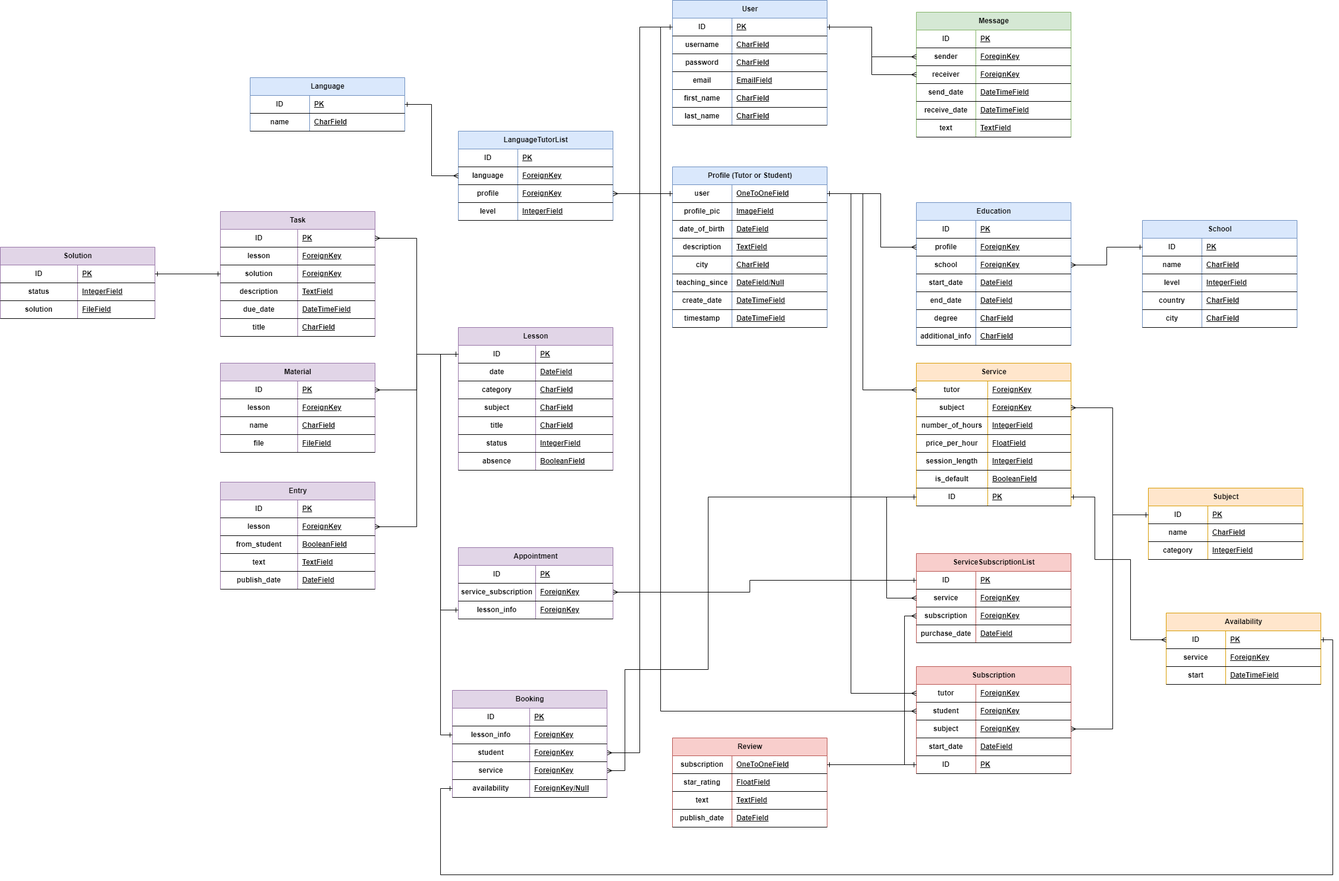
Before: docs/db-diagram.png, a diagram exported from draw.io (maciej185/tutoring-app). Source tidied: cells renumbered, new cells last; positions are measured from the earlier drawing's top-left corner, leaving out a move shared by most shapes.
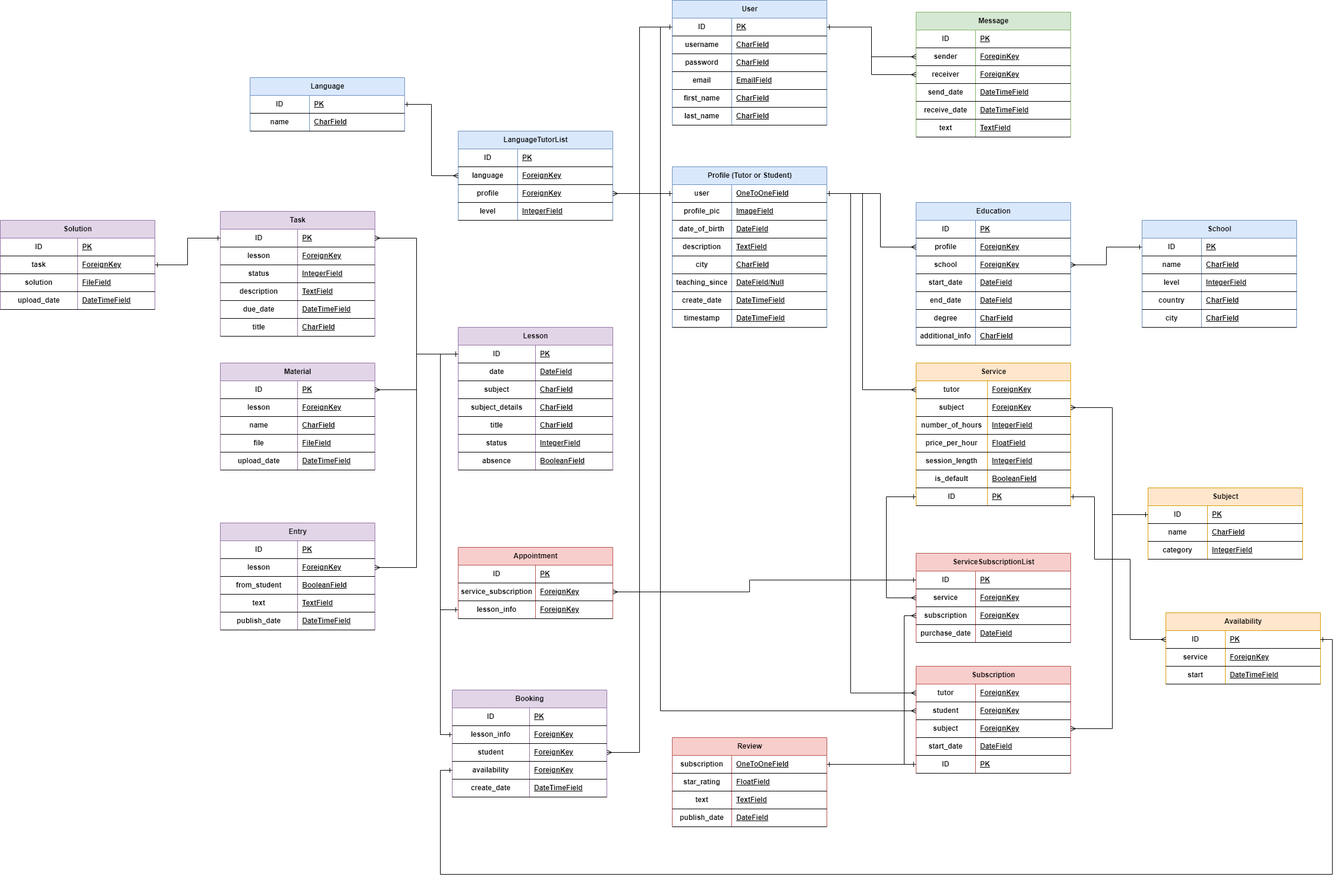
After the commit.

Diff of the diagram source:
```diff
@@ -551,7 +551,7 @@
     <mxCell id="174" style="shape=tableRow;horizontal=0;startSize=0;swimlaneHead=0;swimlaneBody=0;fillColor=none;top=0;left=0;right=0;bottom=1;" parent="167" vertex="1">
       <mxGeometry y="90" width="260" height="30" as="geometry" />
     </mxCell>
-    <mxCell id="175" value="category" style="shape=partialRectangle;fillColor=none;top=0;left=0;bottom=0;right=0;fontStyle=1;overflow=hidden;whiteSpace=wrap;html=1;" parent="174" vertex="1">
+    <mxCell id="175" value="subject" style="shape=partialRectangle;fillColor=none;top=0;left=0;bottom=0;right=0;fontStyle=1;overflow=hidden;whiteSpace=wrap;html=1;" parent="174" vertex="1">
       <mxGeometry width="130" height="30" as="geometry" />
     </mxCell>
     <mxCell id="176" value="CharField" style="shape=partialRectangle;fillColor=none;top=0;left=0;bottom=0;right=0;align=left;spacingLeft=6;fontStyle=5;overflow=hidden;whiteSpace=wrap;html=1;" parent="174" vertex="1">
@@ -560,7 +560,7 @@
     <mxCell id="177" style="shape=tableRow;horizontal=0;startSize=0;swimlaneHead=0;swimlaneBody=0;fillColor=none;top=0;left=0;right=0;bottom=1;" parent="167" vertex="1">
       <mxGeometry y="120" width="260" height="30" as="geometry" />
     </mxCell>
-    <mxCell id="178" value="subject" style="shape=partialRectangle;fillColor=none;top=0;left=0;bottom=0;right=0;fontStyle=1;overflow=hidden;whiteSpace=wrap;html=1;" parent="177" vertex="1">
+    <mxCell id="178" value="subject_details" style="shape=partialRectangle;fillColor=none;top=0;left=0;bottom=0;right=0;fontStyle=1;overflow=hidden;whiteSpace=wrap;html=1;" parent="177" vertex="1">
       <mxGeometry width="130" height="30" as="geometry" />
     </mxCell>
     <mxCell id="179" value="CharField" style="shape=partialRectangle;fillColor=none;top=0;left=0;bottom=0;right=0;align=left;spacingLeft=6;fontStyle=5;overflow=hidden;whiteSpace=wrap;html=1;" parent="177" vertex="1">
@@ -596,7 +596,7 @@
     <mxCell id="189" style="edgeStyle=orthogonalEdgeStyle;rounded=0;jettySize=auto;html=1;exitX=0;exitY=0.5;exitDx=0;exitDy=0;entryX=1;entryY=0.5;entryDx=0;entryDy=0;startArrow=ERone;startFill=0;endArrow=ERmany;endFill=0;" parent="1" edge="1" source="3" target="317">
       <mxGeometry relative="1" as="geometry" />
     </mxCell>
-    <mxCell id="190" style="edgeStyle=orthogonalEdgeStyle;rounded=0;jettySize=auto;html=1;entryX=1;entryY=0.5;entryDx=0;entryDy=0;startArrow=ERone;startFill=0;endArrow=ERmany;endFill=0;" parent="1" edge="1" target="320">
+    <mxCell id="190" style="edgeStyle=orthogonalEdgeStyle;rounded=0;orthogonalLoop=1;jettySize=auto;html=1;entryX=1;entryY=0.5;entryDx=0;entryDy=0;startArrow=ERone;startFill=0;endArrow=ERmany;endFill=0;" parent="1" edge="1">
       <mxGeometry relative="1" as="geometry">
         <mxPoint x="1540" y="835" as="sourcePoint" />
         <Array as="points">
@@ -634,10 +634,10 @@
     <mxCell id="199" style="shape=tableRow;horizontal=0;startSize=0;swimlaneHead=0;swimlaneBody=0;fillColor=none;points=[[0,0.5],[1,0.5]];portConstraint=eastwest;top=0;left=0;right=0;bottom=1;" parent="192" vertex="1">
       <mxGeometry y="90" width="260" height="30" as="geometry" />
     </mxCell>
-    <mxCell id="200" value="solution" style="shape=partialRectangle;fillColor=none;top=0;left=0;bottom=0;right=0;fontStyle=1;overflow=hidden;whiteSpace=wrap;html=1;" parent="199" vertex="1">
+    <mxCell id="200" value="status" style="shape=partialRectangle;fillColor=none;top=0;left=0;bottom=0;right=0;fontStyle=1;overflow=hidden;whiteSpace=wrap;html=1;" parent="199" vertex="1">
       <mxGeometry width="130" height="30" as="geometry" />
     </mxCell>
-    <mxCell id="201" value="ForeignKey" style="shape=partialRectangle;fillColor=none;top=0;left=0;bottom=0;right=0;align=left;spacingLeft=6;fontStyle=5;overflow=hidden;whiteSpace=wrap;html=1;" parent="199" vertex="1">
+    <mxCell id="201" value="IntegerField" style="shape=partialRectangle;fillColor=none;top=0;left=0;bottom=0;right=0;align=left;spacingLeft=6;fontStyle=5;overflow=hidden;whiteSpace=wrap;html=1;" parent="199" vertex="1">
       <mxGeometry x="130" width="130" height="30" as="geometry" />
     </mxCell>
     <mxCell id="202" style="shape=tableRow;horizontal=0;startSize=0;swimlaneHead=0;swimlaneBody=0;fillColor=none;top=0;left=0;right=0;bottom=1;" parent="192" vertex="1">
@@ -671,7 +671,7 @@
       <mxGeometry relative="1" as="geometry" />
     </mxCell>
     <mxCell id="212" value="Material" style="shape=table;startSize=30;rowLines=0;fontStyle=1;align=center;html=1;fillColor=#e1d5e7;strokeColor=#9673a6;" parent="1" vertex="1">
-      <mxGeometry x="370" y="610" width="260" height="150" as="geometry" />
+      <mxGeometry x="370" y="610" width="260" height="180" as="geometry" />
     </mxCell>
     <mxCell id="213" style="shape=tableRow;horizontal=0;startSize=0;swimlaneHead=0;swimlaneBody=0;fillColor=none;points=[[0,0.5],[1,0.5]];portConstraint=eastwest;top=0;left=0;right=0;bottom=1;" parent="212" vertex="1">
       <mxGeometry y="30" width="260" height="30" as="geometry" />
@@ -709,11 +709,20 @@
     <mxCell id="224" value="FileField" style="shape=partialRectangle;fillColor=none;top=0;left=0;bottom=0;right=0;align=left;spacingLeft=6;fontStyle=5;overflow=hidden;whiteSpace=wrap;html=1;" parent="222" vertex="1">
       <mxGeometry x="130" width="130" height="30" as="geometry" />
     </mxCell>
+    <mxCell id="339" style="shape=tableRow;horizontal=0;startSize=0;swimlaneHead=0;swimlaneBody=0;fillColor=none;top=0;left=0;right=0;bottom=1;" parent="212" vertex="1">
+      <mxGeometry y="150" width="260" height="30" as="geometry" />
+    </mxCell>
+    <mxCell id="340" value="upload_date" style="shape=partialRectangle;fillColor=none;top=0;left=0;bottom=0;right=0;fontStyle=1;overflow=hidden;whiteSpace=wrap;html=1;" parent="339" vertex="1">
+      <mxGeometry width="130" height="30" as="geometry" />
+    </mxCell>
+    <mxCell id="341" value="DateTimeField" style="shape=partialRectangle;fillColor=none;top=0;left=0;bottom=0;right=0;align=left;spacingLeft=6;fontStyle=5;overflow=hidden;whiteSpace=wrap;html=1;" parent="339" vertex="1">
+      <mxGeometry x="130" width="130" height="30" as="geometry" />
+    </mxCell>
     <mxCell id="225" style="edgeStyle=orthogonalEdgeStyle;rounded=0;jettySize=auto;html=1;exitX=0;exitY=0.5;exitDx=0;exitDy=0;entryX=1;entryY=0.5;entryDx=0;entryDy=0;startArrow=ERone;startFill=0;endArrow=ERmany;endFill=0;" parent="1" edge="1" source="168" target="213">
       <mxGeometry relative="1" as="geometry" />
     </mxCell>
     <mxCell id="226" value="Entry" style="shape=table;startSize=30;rowLines=0;fontStyle=1;align=center;html=1;fillColor=#e1d5e7;strokeColor=#9673a6;" parent="1" vertex="1">
-      <mxGeometry x="370" y="810" width="260" height="180" as="geometry" />
+      <mxGeometry x="370" y="879" width="260" height="180" as="geometry" />
     </mxCell>
     <mxCell id="227" style="shape=tableRow;horizontal=0;startSize=0;swimlaneHead=0;swimlaneBody=0;fillColor=none;top=0;left=0;right=0;bottom=1;" parent="226" vertex="1">
       <mxGeometry y="30" width="260" height="30" as="geometry" />
@@ -757,7 +766,7 @@
     <mxCell id="240" value="publish_date" style="shape=partialRectangle;fillColor=none;top=0;left=0;bottom=0;right=0;fontStyle=1;overflow=hidden;whiteSpace=wrap;html=1;" parent="239" vertex="1">
       <mxGeometry width="130" height="30" as="geometry" />
     </mxCell>
-    <mxCell id="241" value="DateField" style="shape=partialRectangle;fillColor=none;top=0;left=0;bottom=0;right=0;align=left;spacingLeft=6;fontStyle=5;overflow=hidden;whiteSpace=wrap;html=1;" parent="239" vertex="1">
+    <mxCell id="241" value="DateTimeField" style="shape=partialRectangle;fillColor=none;top=0;left=0;bottom=0;right=0;align=left;spacingLeft=6;fontStyle=5;overflow=hidden;whiteSpace=wrap;html=1;" parent="239" vertex="1">
       <mxGeometry x="130" width="130" height="30" as="geometry" />
     </mxCell>
     <mxCell id="242" style="edgeStyle=orthogonalEdgeStyle;rounded=0;jettySize=auto;html=1;exitX=0;exitY=0.5;exitDx=0;exitDy=0;entryX=1;entryY=0.5;entryDx=0;entryDy=0;startArrow=ERone;startFill=0;endArrow=ERmany;endFill=0;" parent="1" edge="1" source="168" target="230">
@@ -933,7 +942,7 @@
       <mxGeometry relative="1" as="geometry" />
     </mxCell>
     <mxCell id="297" value="Solution" style="shape=table;startSize=30;rowLines=0;fontStyle=1;align=center;html=1;fillColor=#e1d5e7;strokeColor=#9673a6;" parent="1" vertex="1">
-      <mxGeometry y="415" width="260" height="120" as="geometry" />
+      <mxGeometry y="370" width="260" height="150" as="geometry" />
     </mxCell>
     <mxCell id="298" style="shape=tableRow;horizontal=0;startSize=0;swimlaneHead=0;swimlaneBody=0;fillColor=none;points=[[0,0.5],[1,0.5]];portConstraint=eastwest;top=0;left=0;right=0;bottom=1;" parent="297" vertex="1">
       <mxGeometry y="30" width="260" height="30" as="geometry" />
@@ -947,12 +956,12 @@
     <mxCell id="301" style="shape=tableRow;horizontal=0;startSize=0;swimlaneHead=0;swimlaneBody=0;fillColor=none;points=[[0,0.5],[1,0.5]];portConstraint=eastwest;top=0;left=0;right=0;bottom=1;" parent="297" vertex="1">
       <mxGeometry y="60" width="260" height="30" as="geometry" />
     </mxCell>
-    <mxCell id="302" value="status" style="shape=partialRectangle;fillColor=none;top=0;left=0;bottom=0;right=0;fontStyle=1;overflow=hidden;whiteSpace=wrap;html=1;" parent="301" vertex="1">
-      <mxGeometry width="130" height="30" as="geometry" />
-    </mxCell>
-    <mxCell id="303" value="IntegerField" style="shape=partialRectangle;fillColor=none;top=0;left=0;bottom=0;right=0;align=left;spacingLeft=6;fontStyle=5;overflow=hidden;whiteSpace=wrap;html=1;" parent="301" vertex="1">
-      <mxGeometry x="130" width="130" height="30" as="geometry" />
-    </mxCell>
+    <mxCell id="342" value="task" style="shape=partialRectangle;fillColor=none;top=0;left=0;bottom=0;right=0;fontStyle=1;overflow=hidden;whiteSpace=wrap;html=1;" parent="301" vertex="1">
+      <mxGeometry width="130" height="30" as="geometry" />
+    </mxCell>
+    <mxCell id="322" value="ForeignKey" style="shape=partialRectangle;fillColor=none;top=0;left=0;bottom=0;right=0;align=left;spacingLeft=6;fontStyle=5;overflow=hidden;whiteSpace=wrap;html=1;" parent="301" vertex="1">
+      <mxGeometry x="130" width="130" height="30" as="geometry" />
+    </mxCell>
     <mxCell id="304" style="shape=tableRow;horizontal=0;startSize=0;swimlaneHead=0;swimlaneBody=0;fillColor=none;top=0;left=0;right=0;bottom=1;" parent="297" vertex="1">
       <mxGeometry y="90" width="260" height="30" as="geometry" />
     </mxCell>
@@ -962,7 +971,16 @@
     <mxCell id="306" value="FileField" style="shape=partialRectangle;fillColor=none;top=0;left=0;bottom=0;right=0;align=left;spacingLeft=6;fontStyle=5;overflow=hidden;whiteSpace=wrap;html=1;" parent="304" vertex="1">
       <mxGeometry x="130" width="130" height="30" as="geometry" />
     </mxCell>
+    <mxCell id="320" style="shape=tableRow;horizontal=0;startSize=0;swimlaneHead=0;swimlaneBody=0;fillColor=none;points=[[0,0.5],[1,0.5]];portConstraint=eastwest;top=0;left=0;right=0;bottom=1;" parent="297" vertex="1">
+      <mxGeometry y="120" width="260" height="30" as="geometry" />
+    </mxCell>
+    <mxCell id="343" value="upload_date" style="shape=partialRectangle;fillColor=none;top=0;left=0;bottom=0;right=0;fontStyle=1;overflow=hidden;whiteSpace=wrap;html=1;" parent="320" vertex="1">
+      <mxGeometry width="130" height="30" as="geometry" />
+    </mxCell>
+    <mxCell id="344" value="DateTimeField" style="shape=partialRectangle;fillColor=none;top=0;left=0;bottom=0;right=0;align=left;spacingLeft=6;fontStyle=5;overflow=hidden;whiteSpace=wrap;html=1;" parent="320" vertex="1">
+      <mxGeometry x="130" width="130" height="30" as="geometry" />
+    </mxCell>
-    <mxCell id="307" style="edgeStyle=orthogonalEdgeStyle;rounded=0;jettySize=auto;html=1;exitX=1;exitY=0.5;exitDx=0;exitDy=0;entryX=0;entryY=0.5;entryDx=0;entryDy=0;startArrow=ERone;startFill=0;endArrow=ERone;endFill=0;" parent="1" edge="1" source="298" target="199">
+    <mxCell id="307" style="edgeStyle=orthogonalEdgeStyle;rounded=0;jettySize=auto;html=1;exitX=1;exitY=0.5;exitDx=0;exitDy=0;entryX=0;entryY=0.5;entryDx=0;entryDy=0;startArrow=ERone;startFill=0;endArrow=ERone;endFill=0;" parent="1" edge="1" source="301" target="193">
       <mxGeometry relative="1" as="geometry" />
     </mxCell>
     <mxCell id="308" style="edgeStyle=orthogonalEdgeStyle;rounded=0;jettySize=auto;html=1;exitX=0;exitY=0.5;exitDx=0;exitDy=0;entryX=0;entryY=0.5;entryDx=0;entryDy=0;endArrow=ERmany;endFill=0;startArrow=ERone;startFill=0;" parent="1" edge="1" source="100" target="160">
@@ -1006,24 +1024,24 @@
     <mxCell id="319" value="ForeignKey" style="shape=partialRectangle;fillColor=none;top=0;left=0;bottom=0;right=0;align=left;spacingLeft=6;fontStyle=5;overflow=hidden;whiteSpace=wrap;html=1;" parent="317" vertex="1">
       <mxGeometry x="130" width="130" height="30" as="geometry" />
     </mxCell>
-    <mxCell id="320" style="shape=tableRow;horizontal=0;startSize=0;swimlaneHead=0;swimlaneBody=0;fillColor=none;points=[[0,0.5],[1,0.5]];portConstraint=eastwest;top=0;left=0;right=0;bottom=1;" parent="310" vertex="1">
-      <mxGeometry y="120" width="260" height="30" as="geometry" />
-    </mxCell>
-    <mxCell id="321" value="service" style="shape=partialRectangle;fillColor=none;top=0;left=0;bottom=0;right=0;fontStyle=1;overflow=hidden;whiteSpace=wrap;html=1;" parent="320" vertex="1">
-      <mxGeometry width="130" height="30" as="geometry" />
-    </mxCell>
-    <mxCell id="322" value="ForeignKey" style="shape=partialRectangle;fillColor=none;top=0;left=0;bottom=0;right=0;align=left;spacingLeft=6;fontStyle=5;overflow=hidden;whiteSpace=wrap;html=1;" parent="320" vertex="1">
-      <mxGeometry x="130" width="130" height="30" as="geometry" />
-    </mxCell>
     <mxCell id="323" style="shape=tableRow;horizontal=0;startSize=0;swimlaneHead=0;swimlaneBody=0;fillColor=none;points=[[0,0.5],[1,0.5]];portConstraint=eastwest;top=0;left=0;right=0;bottom=1;" parent="310" vertex="1">
-      <mxGeometry y="150" width="260" height="30" as="geometry" />
+      <mxGeometry y="120" width="260" height="30" as="geometry" />
     </mxCell>
     <mxCell id="324" value="availability" style="shape=partialRectangle;fillColor=none;top=0;left=0;bottom=0;right=0;fontStyle=1;overflow=hidden;whiteSpace=wrap;html=1;" parent="323" vertex="1">
       <mxGeometry width="130" height="30" as="geometry" />
     </mxCell>
-    <mxCell id="325" value="ForeignKey/Null" style="shape=partialRectangle;fillColor=none;top=0;left=0;bottom=0;right=0;align=left;spacingLeft=6;fontStyle=5;overflow=hidden;whiteSpace=wrap;html=1;" parent="323" vertex="1">
+    <mxCell id="325" value="ForeignKey" style="shape=partialRectangle;fillColor=none;top=0;left=0;bottom=0;right=0;align=left;spacingLeft=6;fontStyle=5;overflow=hidden;whiteSpace=wrap;html=1;" parent="323" vertex="1">
       <mxGeometry x="130" width="130" height="30" as="geometry" />
     </mxCell>
+    <mxCell id="345" style="shape=tableRow;horizontal=0;startSize=0;swimlaneHead=0;swimlaneBody=0;fillColor=none;top=0;left=0;right=0;bottom=1;" parent="310" vertex="1">
+      <mxGeometry y="150" width="260" height="30" as="geometry" />
+    </mxCell>
+    <mxCell id="346" value="create_date" style="shape=partialRectangle;fillColor=none;top=0;left=0;bottom=0;right=0;fontStyle=1;overflow=hidden;whiteSpace=wrap;html=1;" parent="345" vertex="1">
+      <mxGeometry width="130" height="30" as="geometry" />
+    </mxCell>
+    <mxCell id="347" value="DateTimeField" style="shape=partialRectangle;fillColor=none;top=0;left=0;bottom=0;right=0;align=left;spacingLeft=6;fontStyle=5;overflow=hidden;whiteSpace=wrap;html=1;" parent="345" vertex="1">
+      <mxGeometry x="130" width="130" height="30" as="geometry" />
+    </mxCell>
     <mxCell id="326" style="edgeStyle=orthogonalEdgeStyle;rounded=0;jettySize=auto;html=1;exitX=0;exitY=0.5;exitDx=0;exitDy=0;entryX=0;entryY=0.5;entryDx=0;entryDy=0;startArrow=ERone;startFill=0;endArrow=ERone;endFill=0;" parent="1" edge="1" source="168" target="314">
       <mxGeometry relative="1" as="geometry" />
     </mxCell>
@@ -1033,11 +1051,11 @@
           <mxPoint x="2240" y="1075" />
           <mxPoint x="2240" y="1470" />
           <mxPoint x="740" y="1470" />
-          <mxPoint x="740" y="1325" />
+          <mxPoint x="740" y="1295" />
         </Array>
       </mxGeometry>
     </mxCell>
-    <mxCell id="328" value="Appointment" style="shape=table;startSize=30;rowLines=0;fontStyle=1;align=center;html=1;fillColor=#e1d5e7;strokeColor=#9673a6;" parent="1" vertex="1">
+    <mxCell id="328" value="Appointment" style="shape=table;startSize=30;rowLines=0;fontStyle=1;align=center;html=1;fillColor=#f8cecc;strokeColor=#b85450;" parent="1" vertex="1">
       <mxGeometry x="770" y="920" width="260" height="120" as="geometry" />
     </mxCell>
     <mxCell id="329" style="shape=tableRow;horizontal=0;startSize=0;swimlaneHead=0;swimlaneBody=0;fillColor=none;top=0;left=0;right=0;bottom=1;" parent="328" vertex="1">
```
